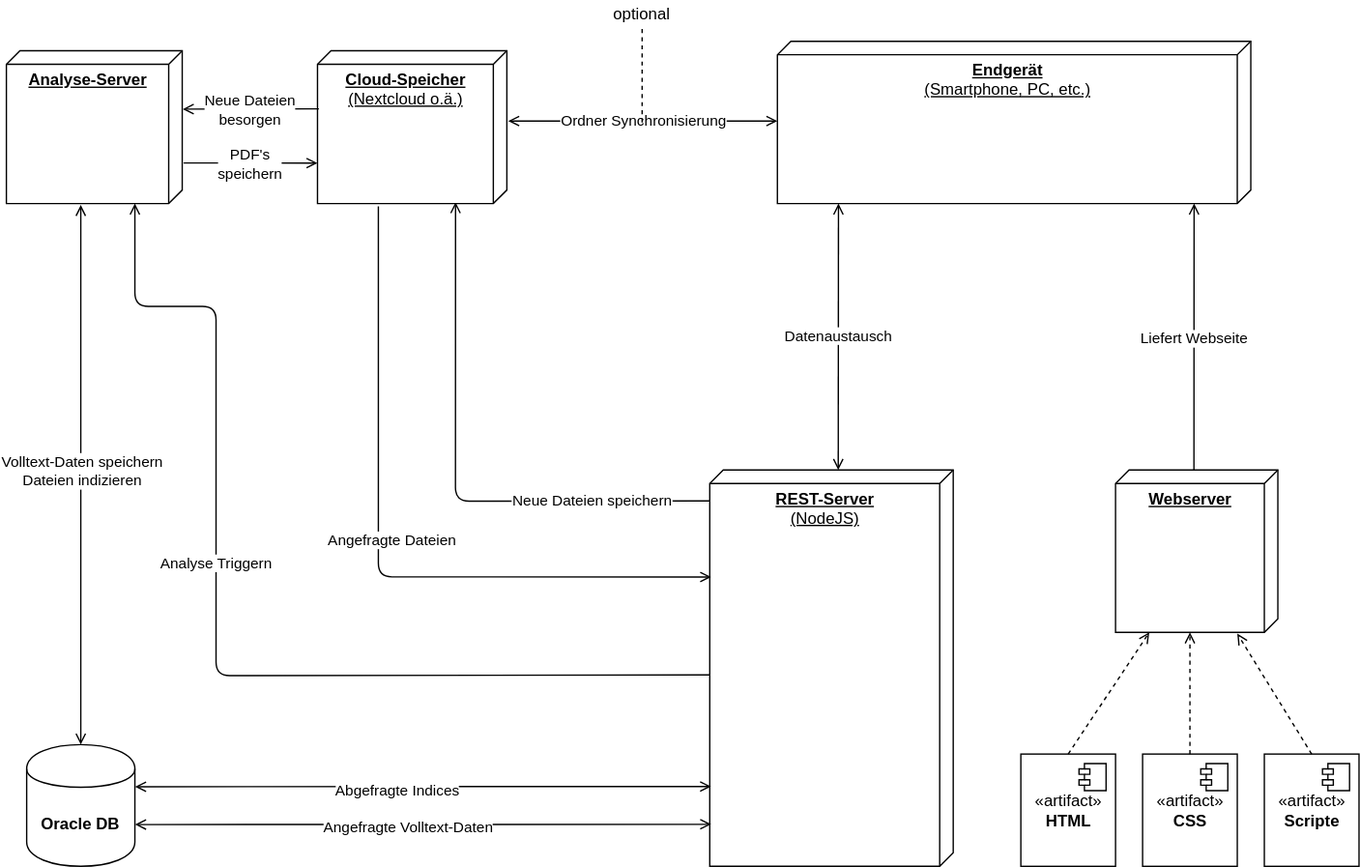
This is docs/Dokumentation/img/doc-ver_Diagramme-Verteilungsdiagramm.svg from doc-ver/Doku, a draw.io export, as it was before one commit. Source tidied: cells renumbered, new cells last; positions are measured from the earlier drawing's top-left corner, leaving out a move shared by most shapes.
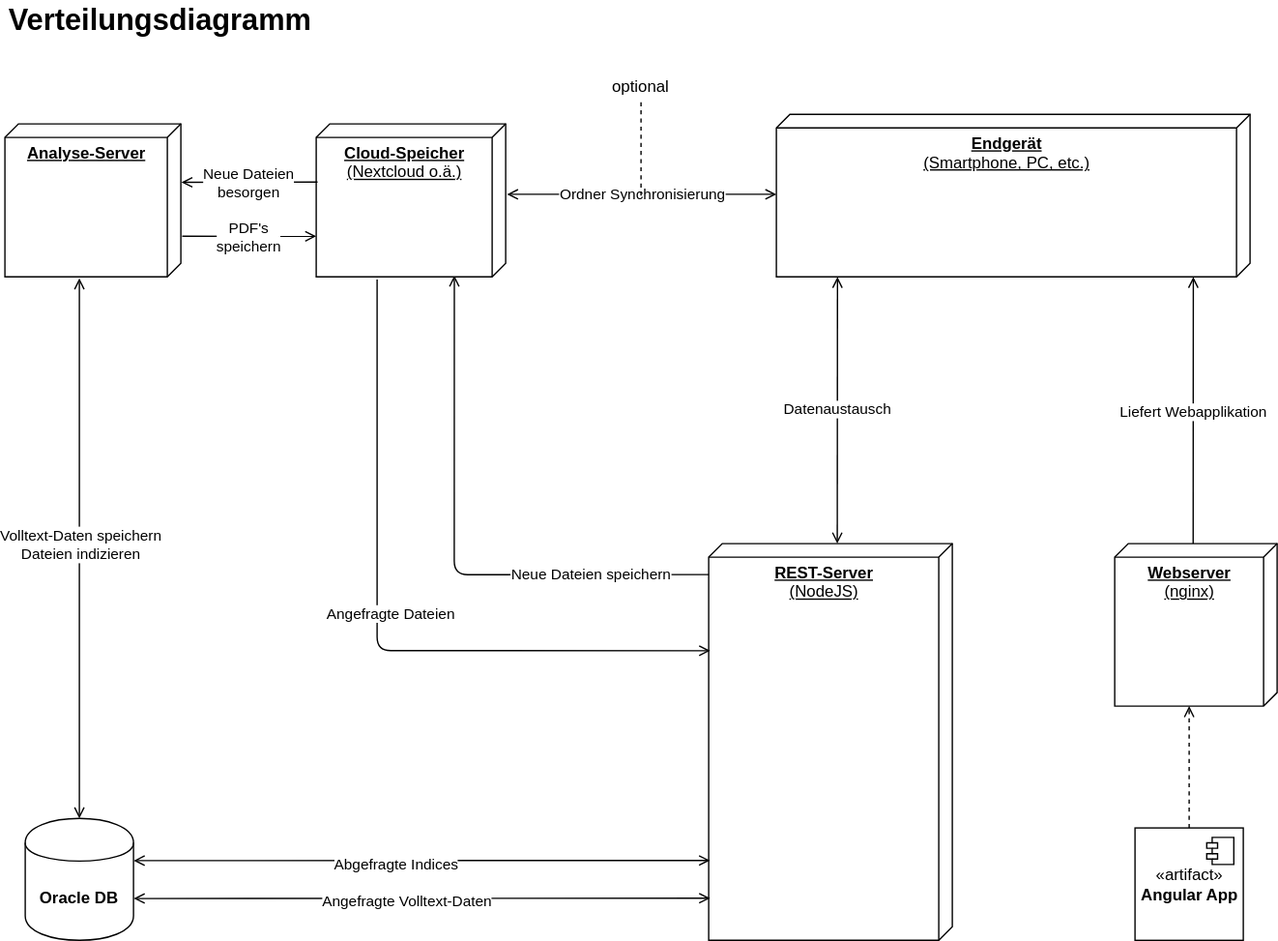
Later version of the same file.

Commit message:
Diagramme ueberarbeitet, Idee aus Expose hinzugefuegt

What changed in the source:
```diff
@@ -5,166 +5,130 @@
     <mxCell id="2" value="&lt;b&gt;Endgerät&lt;/b&gt;&lt;br&gt;&lt;div&gt;(Smartphone, PC, etc.)&lt;/div&gt;" style="verticalAlign=top;align=center;spacingTop=8;spacingLeft=2;spacingRight=12;shape=cube;size=10;direction=south;fontStyle=4;html=1;" parent="1" vertex="1">
       <mxGeometry x="570" y="30" width="350" height="120" as="geometry" />
     </mxCell>
-    <mxCell id="3" value="&lt;b&gt;Webserver&lt;/b&gt;" style="verticalAlign=top;align=center;spacingTop=8;spacingLeft=2;spacingRight=12;shape=cube;size=10;direction=south;fontStyle=4;html=1;" parent="1" vertex="1">
+    <mxCell id="3" value="&lt;div&gt;&lt;b&gt;Webserver&lt;/b&gt;&lt;/div&gt;&lt;div&gt;(nginx)&lt;br&gt;&lt;b&gt;&lt;/b&gt;&lt;/div&gt;" style="verticalAlign=top;align=center;spacingTop=8;spacingLeft=2;spacingRight=12;shape=cube;size=10;direction=south;fontStyle=4;html=1;" parent="1" vertex="1">
       <mxGeometry x="820" y="347" width="120" height="120" as="geometry" />
     </mxCell>
-    <mxCell id="4" value="«artifact»&lt;br&gt;&lt;b&gt;HTML&lt;/b&gt;" style="html=1;" parent="1" vertex="1">
-      <mxGeometry x="750" y="557" width="70" height="83" as="geometry" />
+    <mxCell id="4" value="«artifact»&lt;br&gt;&lt;b&gt;Angular App&lt;br&gt;&lt;/b&gt;" style="html=1;" parent="1" vertex="1">
+      <mxGeometry x="835" y="557" width="80" height="83" as="geometry" />
     </mxCell>
     <mxCell id="5" style="shape=component;jettyWidth=8;jettyHeight=4;" parent="4" vertex="1">
       <mxGeometry x="1" width="20" height="20" relative="1" as="geometry">
         <mxPoint x="-27" y="7" as="offset" />
       </mxGeometry>
     </mxCell>
-    <mxCell id="6" value="«artifact»&lt;br&gt;&lt;b&gt;CSS&lt;/b&gt;" style="html=1;" parent="1" vertex="1">
-      <mxGeometry x="840" y="557" width="70" height="83" as="geometry" />
+    <mxCell id="6" style="endArrow=open;dashed=1;html=1;strokeColor=#000000;exitX=0.5;exitY=0;exitDx=0;exitDy=0;entryX=0;entryY=0;entryDx=120;entryDy=65;entryPerimeter=0;endFill=0;" parent="1" edge="1" source="4" target="3">
+      <mxGeometry relative="1" as="geometry" />
     </mxCell>
-    <mxCell id="7" style="shape=component;jettyWidth=8;jettyHeight=4;" parent="6" vertex="1">
-      <mxGeometry x="1" width="20" height="20" relative="1" as="geometry">
-        <mxPoint x="-27" y="7" as="offset" />
+    <mxCell id="7" value="&lt;div&gt;Liefert Webapplikation&lt;/div&gt;" style="endArrow=open;html=1;strokeColor=#000000;exitX=0;exitY=0.517;exitDx=0;exitDy=0;exitPerimeter=0;entryX=1.025;entryY=0.258;entryDx=0;entryDy=0;entryPerimeter=0;endFill=0;" parent="1" edge="1" source="3">
+      <mxGeometry x="-0.02" relative="1" as="geometry">
+        <mxPoint x="878.1" y="150" as="targetPoint" />
+        <Array as="points">
+          <mxPoint x="878" y="250" />
+        </Array>
       </mxGeometry>
     </mxCell>
-    <mxCell id="8" value="«artifact»&lt;br&gt;&lt;b&gt;Scripte&lt;/b&gt;" style="html=1;" parent="1" vertex="1">
-      <mxGeometry x="930" y="557" width="70" height="83" as="geometry" />
+    <mxCell id="8" value="&lt;div&gt;&lt;b&gt;REST-Server&lt;/b&gt;&lt;/div&gt;&lt;div&gt;(NodeJS)&lt;b&gt;&lt;br&gt;&lt;/b&gt;&lt;/div&gt;" style="verticalAlign=top;align=center;spacingTop=8;spacingLeft=2;spacingRight=12;shape=cube;size=10;direction=south;fontStyle=4;html=1;" parent="1" vertex="1">
+      <mxGeometry x="520" y="347" width="180" height="293" as="geometry" />
     </mxCell>
-    <mxCell id="9" style="shape=component;jettyWidth=8;jettyHeight=4;" parent="8" vertex="1">
-      <mxGeometry x="1" width="20" height="20" relative="1" as="geometry">
-        <mxPoint x="-27" y="7" as="offset" />
-      </mxGeometry>
+    <mxCell id="9" value="&lt;b&gt;Analyse-Server&lt;br&gt;&lt;/b&gt;" style="verticalAlign=top;align=center;spacingTop=8;spacingLeft=2;spacingRight=12;shape=cube;size=10;direction=south;fontStyle=4;html=1;" parent="1" vertex="1">
+      <mxGeometry y="37" width="130" height="113" as="geometry" />
     </mxCell>
-    <mxCell id="10" style="endArrow=open;dashed=1;html=1;strokeColor=#000000;exitX=0.5;exitY=0;exitDx=0;exitDy=0;endFill=0;" parent="1" edge="1" source="8">
-      <mxGeometry relative="1" as="geometry">
-        <mxPoint x="910" y="468" as="targetPoint" />
-      </mxGeometry>
+    <mxCell id="10" value="Datenaustausch" style="endArrow=open;startArrow=open;html=1;strokeColor=#000000;exitX=0;exitY=0;exitDx=0;exitDy=85;exitPerimeter=0;startFill=0;endFill=0;entryX=1;entryY=0.871;entryDx=0;entryDy=0;entryPerimeter=0;" parent="1" edge="1" source="8" target="2">
+      <mxGeometry relative="1" as="geometry" />
     </mxCell>
-    <mxCell id="11" style="endArrow=open;dashed=1;html=1;strokeColor=#000000;exitX=0.5;exitY=0;exitDx=0;exitDy=0;entryX=0;entryY=0;entryDx=120;entryDy=65;entryPerimeter=0;endFill=0;" parent="1" edge="1" source="6" target="3">
-      <mxGeometry relative="1" as="geometry" />
+    <mxCell id="11" value="&lt;b&gt;Oracle DB&lt;/b&gt;" style="shape=cylinder;whiteSpace=wrap;html=1;boundedLbl=1;backgroundOutline=1;" parent="1" vertex="1">
+      <mxGeometry x="15" y="550" width="80" height="90" as="geometry" />
     </mxCell>
-    <mxCell id="12" style="endArrow=open;dashed=1;html=1;strokeColor=#000000;exitX=0.5;exitY=0;exitDx=0;exitDy=0;entryX=1;entryY=0.792;entryDx=0;entryDy=0;entryPerimeter=0;endFill=0;" parent="1" edge="1" source="4" target="3">
+    <mxCell id="12" style="endArrow=open;html=1;strokeColor=#000000;endFill=0;entryX=0.894;entryY=0.994;entryDx=0;entryDy=0;entryPerimeter=0;exitX=1.002;exitY=0.657;exitDx=0;exitDy=0;exitPerimeter=0;startArrow=open;startFill=0;" parent="1" edge="1" source="11" target="8">
       <mxGeometry relative="1" as="geometry" />
     </mxCell>
-    <mxCell id="13" value="Liefert Webseite" style="endArrow=open;html=1;strokeColor=#000000;exitX=0;exitY=0.517;exitDx=0;exitDy=0;exitPerimeter=0;entryX=1.025;entryY=0.258;entryDx=0;entryDy=0;entryPerimeter=0;endFill=0;" parent="1" edge="1" source="3">
-      <mxGeometry x="-0.02" relative="1" as="geometry">
-        <mxPoint x="878.1" y="150" as="targetPoint" />
-        <Array as="points">
-          <mxPoint x="878" y="250" />
-        </Array>
+    <mxCell id="13" value="Angefragte Volltext-Daten" style="edgeLabel;html=1;align=center;verticalAlign=middle;" parent="12" vertex="1">
+      <mxGeometry x="0.09" y="2" relative="1" as="geometry">
+        <mxPoint x="-32" y="3" as="offset" />
       </mxGeometry>
     </mxCell>
-    <mxCell id="14" value="&lt;div&gt;&lt;b&gt;REST-Server&lt;/b&gt;&lt;/div&gt;&lt;div&gt;(NodeJS)&lt;b&gt;&lt;br&gt;&lt;/b&gt;&lt;/div&gt;" style="verticalAlign=top;align=center;spacingTop=8;spacingLeft=2;spacingRight=12;shape=cube;size=10;direction=south;fontStyle=4;html=1;" parent="1" vertex="1">
-      <mxGeometry x="520" y="347" width="180" height="293" as="geometry" />
+    <mxCell id="14" style="endArrow=open;html=1;strokeColor=#000000;exitX=0.078;exitY=1;exitDx=0;exitDy=0;exitPerimeter=0;endFill=0;entryX=0.991;entryY=0.271;entryDx=0;entryDy=0;entryPerimeter=0;" parent="1" edge="1" source="8" target="17">
+      <mxGeometry relative="1" as="geometry">
+        <Array as="points">
+          <mxPoint x="332" y="370" />
+        </Array>
+      </mxGeometry>
     </mxCell>
-    <mxCell id="15" value="&lt;b&gt;Analyse-Server&lt;br&gt;&lt;/b&gt;" style="verticalAlign=top;align=center;spacingTop=8;spacingLeft=2;spacingRight=12;shape=cube;size=10;direction=south;fontStyle=4;html=1;" parent="1" vertex="1">
-      <mxGeometry y="37" width="130" height="113" as="geometry" />
+    <mxCell id="15" value="Neue Dateien speichern" style="edgeLabel;html=1;align=center;verticalAlign=middle;points=[];" parent="14" vertex="1">
+      <mxGeometry x="-0.18" y="-2" relative="1" as="geometry">
+        <mxPoint x="80" y="2" as="offset" />
+      </mxGeometry>
     </mxCell>
-    <mxCell id="16" value="Datenaustausch" style="endArrow=open;startArrow=open;html=1;strokeColor=#000000;exitX=0;exitY=0;exitDx=0;exitDy=85;exitPerimeter=0;startFill=0;endFill=0;entryX=1;entryY=0.871;entryDx=0;entryDy=0;entryPerimeter=0;" parent="1" edge="1" source="14" target="2">
-      <mxGeometry relative="1" as="geometry" />
+    <mxCell id="16" value="Verteilungsdiagramm" style="text;html=1;strokeColor=none;fillColor=none;align=center;verticalAlign=middle;whiteSpace=wrap;rounded=0;fontSize=22;fontStyle=1;" parent="1" vertex="1">
+      <mxGeometry y="-54" width="230" height="30" as="geometry" />
     </mxCell>
-    <mxCell id="17" value="&lt;b&gt;Oracle DB&lt;/b&gt;" style="shape=cylinder;whiteSpace=wrap;html=1;boundedLbl=1;backgroundOutline=1;" parent="1" vertex="1">
-      <mxGeometry x="15" y="550" width="80" height="90" as="geometry" />
+    <mxCell id="17" value="&lt;div&gt;&lt;b&gt;Cloud-Speicher&lt;/b&gt;&lt;/div&gt;(Nextcloud o.ä.)" style="verticalAlign=top;align=center;spacingTop=8;spacingLeft=2;spacingRight=12;shape=cube;size=10;direction=south;fontStyle=4;html=1;" parent="1" vertex="1">
+      <mxGeometry x="230" y="37" width="140" height="113" as="geometry" />
     </mxCell>
-    <mxCell id="18" style="endArrow=open;html=1;strokeColor=#000000;endFill=0;entryX=0.894;entryY=0.994;entryDx=0;entryDy=0;entryPerimeter=0;exitX=1.002;exitY=0.657;exitDx=0;exitDy=0;exitPerimeter=0;startArrow=open;startFill=0;" parent="1" edge="1" source="17" target="14">
-      <mxGeometry relative="1" as="geometry" />
+    <mxCell id="18" value="Ordner Synchronisierung" style="endArrow=open;startArrow=open;html=1;strokeColor=#000000;startFill=0;endFill=0;" parent="1" edge="1">
+      <mxGeometry relative="1" as="geometry">
+        <mxPoint x="371" y="89" as="sourcePoint" />
+        <mxPoint x="570" y="89" as="targetPoint" />
+      </mxGeometry>
     </mxCell>
-    <mxCell id="19" value="Angefragte Volltext-Daten" style="edgeLabel;html=1;align=center;verticalAlign=middle;" parent="18" vertex="1">
-      <mxGeometry x="0.09" y="2" relative="1" as="geometry">
-        <mxPoint x="-32" y="3" as="offset" />
+    <mxCell id="19" style="endArrow=none;dashed=1;html=1;" parent="1" edge="1" target="20">
+      <mxGeometry relative="1" as="geometry">
+        <mxPoint x="470" y="90" as="sourcePoint" />
       </mxGeometry>
     </mxCell>
-    <mxCell id="20" style="endArrow=open;html=1;strokeColor=#000000;exitX=0.078;exitY=1;exitDx=0;exitDy=0;exitPerimeter=0;endFill=0;entryX=0.991;entryY=0.271;entryDx=0;entryDy=0;entryPerimeter=0;" parent="1" edge="1" source="14" target="22">
-      <mxGeometry relative="1" as="geometry">
-        <Array as="points">
-          <mxPoint x="332" y="370" />
-        </Array>
-      </mxGeometry>
+    <mxCell id="20" value="optional" style="text;html=1;strokeColor=none;fillColor=none;align=center;verticalAlign=middle;whiteSpace=wrap;rounded=0;" parent="1" vertex="1">
+      <mxGeometry x="450" width="40" height="20" as="geometry" />
     </mxCell>
-    <mxCell id="21" value="Neue Dateien speichern" style="edgeLabel;html=1;align=center;verticalAlign=middle;" parent="20" vertex="1">
-      <mxGeometry x="-0.18" y="-2" relative="1" as="geometry">
-        <mxPoint x="80" y="2" as="offset" />
+    <mxCell id="21" style="endArrow=open;html=1;strokeColor=#000000;endFill=0;entryX=1.002;entryY=0.346;entryDx=0;entryDy=0;entryPerimeter=0;startArrow=open;startFill=0;" parent="1" edge="1" target="11">
+      <mxGeometry relative="1" as="geometry">
+        <mxPoint x="521" y="581" as="sourcePoint" />
       </mxGeometry>
     </mxCell>
+    <mxCell id="38" value="Abgefragte Indices" style="edgeLabel;html=1;align=center;verticalAlign=middle;" parent="21" vertex="1">
+      <mxGeometry x="0.09" y="2" relative="1" as="geometry" />
+    </mxCell>
-    <mxCell id="22" value="&lt;div&gt;&lt;b&gt;Cloud-Speicher&lt;/b&gt;&lt;/div&gt;(Nextcloud o.ä.)" style="verticalAlign=top;align=center;spacingTop=8;spacingLeft=2;spacingRight=12;shape=cube;size=10;direction=south;fontStyle=4;html=1;" parent="1" vertex="1">
-      <mxGeometry x="230" y="37" width="140" height="113" as="geometry" />
+    <mxCell id="22" style="endArrow=open;html=1;strokeColor=#000000;endFill=0;entryX=0.735;entryY=1;entryDx=0;entryDy=0;entryPerimeter=0;" parent="1" edge="1" target="17">
+      <mxGeometry relative="1" as="geometry">
+        <mxPoint x="131" y="120" as="sourcePoint" />
+      </mxGeometry>
     </mxCell>
-    <mxCell id="23" value="Ordner Synchronisierung" style="endArrow=open;startArrow=open;html=1;strokeColor=#000000;startFill=0;endFill=0;" parent="1" edge="1">
-      <mxGeometry relative="1" as="geometry">
-        <mxPoint x="371" y="89" as="sourcePoint" />
-        <mxPoint x="570" y="89" as="targetPoint" />
+    <mxCell id="23" value="PDF's&lt;br&gt;speichern" style="edgeLabel;html=1;align=center;verticalAlign=middle;" parent="22" vertex="1">
+      <mxGeometry x="0.09" y="2" relative="1" as="geometry">
+        <mxPoint x="-5.3" y="2" as="offset" />
       </mxGeometry>
     </mxCell>
-    <mxCell id="24" style="endArrow=none;dashed=1;html=1;" parent="1" edge="1" target="25">
+    <mxCell id="24" style="endArrow=open;html=1;strokeColor=#000000;endFill=0;entryX=0.382;entryY=-0.003;entryDx=0;entryDy=0;entryPerimeter=0;" parent="1" edge="1" target="9">
       <mxGeometry relative="1" as="geometry">
-        <mxPoint x="470" y="90" as="sourcePoint" />
+        <mxPoint x="231" y="80" as="sourcePoint" />
       </mxGeometry>
     </mxCell>
-    <mxCell id="25" value="optional" style="text;html=1;strokeColor=none;fillColor=none;align=center;verticalAlign=middle;whiteSpace=wrap;rounded=0;" parent="1" vertex="1">
-      <mxGeometry x="450" width="40" height="20" as="geometry" />
+    <mxCell id="25" value="Neue Dateien&lt;br&gt;besorgen" style="edgeLabel;html=1;align=center;verticalAlign=middle;points=[];" parent="24" vertex="1">
+      <mxGeometry x="0.09" y="2" relative="1" as="geometry">
+        <mxPoint x="3.9" y="-2.1" as="offset" />
+      </mxGeometry>
     </mxCell>
-    <mxCell id="26" style="endArrow=open;html=1;strokeColor=#000000;endFill=0;entryX=1.002;entryY=0.346;entryDx=0;entryDy=0;entryPerimeter=0;startArrow=open;startFill=0;" parent="1" edge="1" target="17">
+    <mxCell id="26" style="endArrow=open;html=1;strokeColor=#000000;endFill=0;entryX=0.5;entryY=0;entryDx=0;entryDy=0;startArrow=open;startFill=0;" parent="1" edge="1" target="11">
       <mxGeometry relative="1" as="geometry">
-        <mxPoint x="521" y="581" as="sourcePoint" />
+        <mxPoint x="55" y="151" as="sourcePoint" />
       </mxGeometry>
     </mxCell>
-    <mxCell id="27" value="Abgefragte Indices" style="edgeLabel;html=1;align=center;verticalAlign=middle;" parent="26" vertex="1">
-      <mxGeometry x="0.09" y="2" relative="1" as="geometry" />
+    <mxCell id="27" value="&lt;div&gt;Volltext-Daten speichern&lt;/div&gt;Dateien indizieren" style="edgeLabel;html=1;align=center;verticalAlign=middle;" parent="26" vertex="1">
+      <mxGeometry x="0.09" y="2" relative="1" as="geometry">
+        <mxPoint x="-2" y="-22" as="offset" />
+      </mxGeometry>
     </mxCell>
-    <mxCell id="28" style="endArrow=open;html=1;strokeColor=#000000;endFill=0;entryX=0.735;entryY=1;entryDx=0;entryDy=0;entryPerimeter=0;" parent="1" edge="1" target="22">
+    <mxCell id="28" style="endArrow=open;html=1;strokeColor=#000000;endFill=0;entryX=0.27;entryY=0.994;entryDx=0;entryDy=0;entryPerimeter=0;" parent="1" edge="1" target="8">
       <mxGeometry relative="1" as="geometry">
-        <mxPoint x="131" y="120" as="sourcePoint" />
+        <mxPoint x="275" y="152" as="sourcePoint" />
+        <Array as="points">
+          <mxPoint x="275" y="426" />
+        </Array>
       </mxGeometry>
     </mxCell>
-    <mxCell id="29" value="PDF's&lt;br&gt;speichern" style="edgeLabel;html=1;align=center;verticalAlign=middle;" parent="28" vertex="1">
+    <mxCell id="29" value="Angefragte Dateien" style="edgeLabel;html=1;align=center;verticalAlign=middle;" parent="28" vertex="1">
       <mxGeometry x="0.09" y="2" relative="1" as="geometry">
-        <mxPoint x="-5.3" y="2" as="offset" />
+        <mxPoint x="-2" y="-25.8" as="offset" />
       </mxGeometry>
     </mxCell>
-    <mxCell id="30" style="endArrow=open;html=1;strokeColor=#000000;endFill=0;entryX=0.382;entryY=-0.003;entryDx=0;entryDy=0;entryPerimeter=0;" parent="1" edge="1" target="15">
-      <mxGeometry relative="1" as="geometry">
-        <mxPoint x="231" y="80" as="sourcePoint" />
-      </mxGeometry>
-    </mxCell>
-    <mxCell id="31" value="Neue Dateien&lt;br&gt;besorgen" style="edgeLabel;html=1;align=center;verticalAlign=middle;" parent="30" vertex="1">
-      <mxGeometry x="0.09" y="2" relative="1" as="geometry">
-        <mxPoint x="3.9" y="-2.1" as="offset" />
-      </mxGeometry>
-    </mxCell>
-    <mxCell id="32" style="endArrow=open;html=1;strokeColor=#000000;endFill=0;entryX=0.5;entryY=0;entryDx=0;entryDy=0;startArrow=open;startFill=0;" parent="1" edge="1" target="17">
-      <mxGeometry relative="1" as="geometry">
-        <mxPoint x="55" y="151" as="sourcePoint" />
-      </mxGeometry>
-    </mxCell>
-    <mxCell id="33" value="&lt;div&gt;Volltext-Daten speichern&lt;/div&gt;Dateien indizieren" style="edgeLabel;html=1;align=center;verticalAlign=middle;" parent="32" vertex="1">
-      <mxGeometry x="0.09" y="2" relative="1" as="geometry">
-        <mxPoint x="-2" y="-22" as="offset" />
-      </mxGeometry>
-    </mxCell>
-    <mxCell id="34" style="endArrow=open;html=1;strokeColor=#000000;endFill=0;entryX=0.27;entryY=0.994;entryDx=0;entryDy=0;entryPerimeter=0;" parent="1" edge="1" target="14">
-      <mxGeometry relative="1" as="geometry">
-        <mxPoint x="275" y="152" as="sourcePoint" />
-        <Array as="points">
-          <mxPoint x="275" y="426" />
-        </Array>
-      </mxGeometry>
-    </mxCell>
-    <mxCell id="35" value="Angefragte Dateien" style="edgeLabel;html=1;align=center;verticalAlign=middle;" parent="34" vertex="1">
-      <mxGeometry x="0.09" y="2" relative="1" as="geometry">
-        <mxPoint x="-2" y="-25.8" as="offset" />
-      </mxGeometry>
-    </mxCell>
-    <mxCell id="36" style="endArrow=none;html=1;strokeColor=#000000;endFill=0;entryX=0;entryY=0;entryDx=151.5;entryDy=180;entryPerimeter=0;startArrow=open;startFill=0;" parent="1" edge="1" target="14">
-      <mxGeometry relative="1" as="geometry">
-        <mxPoint x="95" y="150" as="sourcePoint" />
-        <Array as="points">
-          <mxPoint x="95" y="226" />
-          <mxPoint x="155" y="226" />
-          <mxPoint x="155" y="499" />
-        </Array>
-      </mxGeometry>
-    </mxCell>
-    <mxCell id="37" value="Analyse Triggern" style="edgeLabel;html=1;align=center;verticalAlign=middle;" parent="36" vertex="1">
-      <mxGeometry x="0.09" y="2" relative="1" as="geometry">
-        <mxPoint x="-15" y="-81" as="offset" />
-      </mxGeometry>
-    </mxCell>
   </root>
 </mxGraphModel>
```
